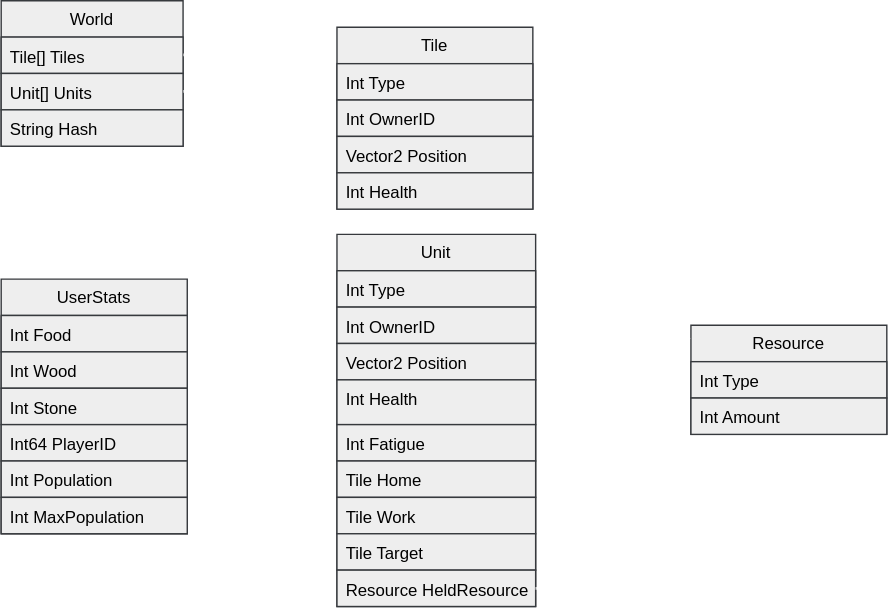
Earlier version of the draw.io export docs/assets/DataModelDiagram.svg (mystydev/Pioneers). Source tidied: cells renumbered, new cells last; positions are measured from the earlier drawing's top-left corner, leaving out a move shared by most shapes.
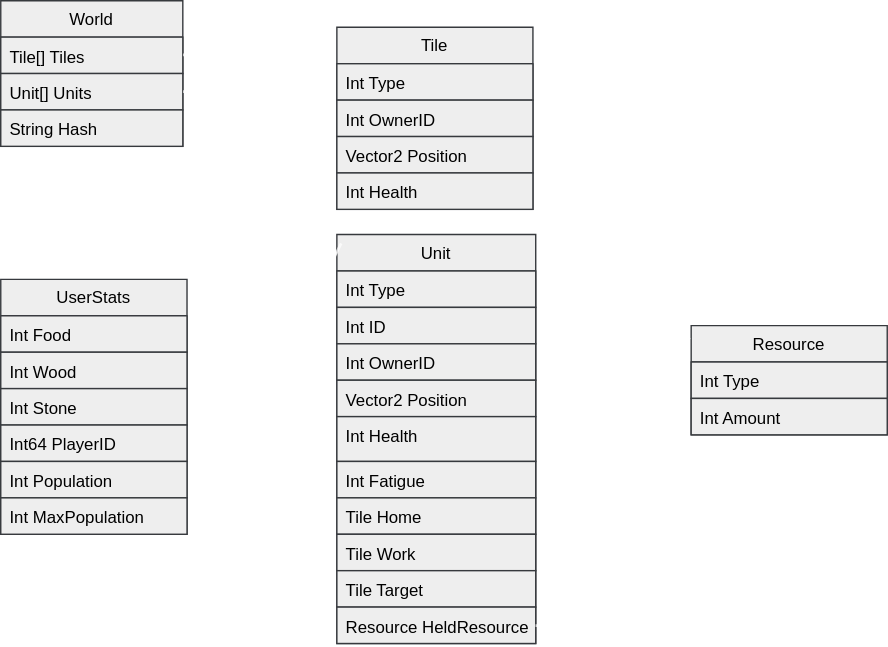
The same diagram one commit later.

Change to the diagram source:
```diff
@@ -33,75 +33,78 @@
       <mxGeometry y="104" width="140" height="26" as="geometry" />
     </mxCell>
     <mxCell id="12" value="Unit" style="swimlane;fontStyle=0;horizontal=1;startSize=26;rounded=0;fillColor=#eeeeee;strokeColor=#36393d;" parent="1" vertex="1">
-      <mxGeometry x="240" y="167" width="142" height="266" as="geometry" />
+      <mxGeometry x="240" y="167" width="142" height="292" as="geometry" />
     </mxCell>
     <mxCell id="13" value="Int Type" style="text;align=left;verticalAlign=top;spacingLeft=4;spacingRight=4;overflow=hidden;rounded=0;fillColor=#eeeeee;strokeColor=#36393d;" parent="12" vertex="1">
       <mxGeometry y="26" width="142" height="26" as="geometry" />
     </mxCell>
-    <mxCell id="14" value="Int OwnerID&#10;" style="text;align=left;verticalAlign=top;spacingLeft=4;spacingRight=4;overflow=hidden;rounded=0;fillColor=#eeeeee;strokeColor=#36393d;" parent="12" vertex="1">
+    <mxCell id="14" value="Int ID" style="text;align=left;verticalAlign=top;spacingLeft=4;spacingRight=4;overflow=hidden;rounded=0;fillColor=#eeeeee;strokeColor=#36393d;" parent="12" vertex="1">
       <mxGeometry y="52" width="142" height="26" as="geometry" />
     </mxCell>
-    <mxCell id="15" value="Vector2 Position" style="text;align=left;verticalAlign=top;spacingLeft=4;spacingRight=4;overflow=hidden;rounded=0;fillColor=#eeeeee;strokeColor=#36393d;" parent="12" vertex="1">
+    <mxCell id="15" value="Int OwnerID&#10;" style="text;align=left;verticalAlign=top;spacingLeft=4;spacingRight=4;overflow=hidden;rounded=0;fillColor=#eeeeee;strokeColor=#36393d;" parent="12" vertex="1">
       <mxGeometry y="78" width="142" height="26" as="geometry" />
     </mxCell>
-    <mxCell id="16" value="Int Health" style="text;align=left;verticalAlign=top;spacingLeft=4;spacingRight=4;overflow=hidden;rounded=0;fillColor=#eeeeee;strokeColor=#36393d;" parent="12" vertex="1">
-      <mxGeometry y="104" width="142" height="32" as="geometry" />
+    <mxCell id="16" value="Vector2 Position" style="text;align=left;verticalAlign=top;spacingLeft=4;spacingRight=4;overflow=hidden;rounded=0;fillColor=#eeeeee;strokeColor=#36393d;" parent="12" vertex="1">
+      <mxGeometry y="104" width="142" height="26" as="geometry" />
     </mxCell>
-    <mxCell id="17" value="Int Fatigue" style="text;align=left;verticalAlign=top;spacingLeft=4;spacingRight=4;overflow=hidden;rounded=0;fillColor=#eeeeee;strokeColor=#36393d;" parent="12" vertex="1">
-      <mxGeometry y="136" width="142" height="26" as="geometry" />
+    <mxCell id="17" value="Int Health" style="text;align=left;verticalAlign=top;spacingLeft=4;spacingRight=4;overflow=hidden;rounded=0;fillColor=#eeeeee;strokeColor=#36393d;" parent="12" vertex="1">
+      <mxGeometry y="130" width="142" height="32" as="geometry" />
     </mxCell>
-    <mxCell id="18" value="Tile Home" style="text;align=left;verticalAlign=top;spacingLeft=4;spacingRight=4;overflow=hidden;rounded=0;fillColor=#eeeeee;strokeColor=#36393d;" parent="12" vertex="1">
+    <mxCell id="18" value="Int Fatigue" style="text;align=left;verticalAlign=top;spacingLeft=4;spacingRight=4;overflow=hidden;rounded=0;fillColor=#eeeeee;strokeColor=#36393d;" parent="12" vertex="1">
       <mxGeometry y="162" width="142" height="26" as="geometry" />
     </mxCell>
-    <mxCell id="19" value="Tile Work" style="text;align=left;verticalAlign=top;spacingLeft=4;spacingRight=4;overflow=hidden;rounded=0;fillColor=#eeeeee;strokeColor=#36393d;" parent="12" vertex="1">
+    <mxCell id="19" value="Tile Home" style="text;align=left;verticalAlign=top;spacingLeft=4;spacingRight=4;overflow=hidden;rounded=0;fillColor=#eeeeee;strokeColor=#36393d;" parent="12" vertex="1">
       <mxGeometry y="188" width="142" height="26" as="geometry" />
     </mxCell>
-    <mxCell id="20" value="Tile Target" style="text;align=left;verticalAlign=top;spacingLeft=4;spacingRight=4;overflow=hidden;rounded=0;fillColor=#eeeeee;strokeColor=#36393d;" parent="12" vertex="1">
+    <mxCell id="20" value="Tile Work" style="text;align=left;verticalAlign=top;spacingLeft=4;spacingRight=4;overflow=hidden;rounded=0;fillColor=#eeeeee;strokeColor=#36393d;" parent="12" vertex="1">
       <mxGeometry y="214" width="142" height="26" as="geometry" />
     </mxCell>
-    <mxCell id="21" value="Resource HeldResource" style="text;align=left;verticalAlign=top;spacingLeft=4;spacingRight=4;overflow=hidden;points=[[0,0.5],[1,0.5]];portConstraint=eastwest;rounded=0;fillColor=#eeeeee;strokeColor=#36393d;" parent="12" vertex="1">
+    <mxCell id="21" value="Tile Target" style="text;align=left;verticalAlign=top;spacingLeft=4;spacingRight=4;overflow=hidden;points=[[0,0.5],[1,0.5]];portConstraint=eastwest;rounded=0;fillColor=#eeeeee;strokeColor=#36393d;" parent="12" vertex="1">
       <mxGeometry y="240" width="142" height="26" as="geometry" />
     </mxCell>
-    <mxCell id="22" style="edgeStyle=orthogonalEdgeStyle;rounded=1;jettySize=auto;html=1;exitX=1;exitY=0.5;exitDx=0;exitDy=0;entryX=-0.006;entryY=0.057;entryDx=0;entryDy=0;entryPerimeter=0;strokeColor=#FFFFFF;comic=0;strokeWidth=2;endArrow=open;endFill=0;opacity=70;" parent="1" edge="1" source="4" target="12">
-      <mxGeometry relative="1" as="geometry">
-        <Array as="points">
-          <mxPoint x="179" y="65" />
-          <mxPoint x="179" y="182" />
-        </Array>
-      </mxGeometry>
+    <mxCell id="22" value="Resource HeldResource" style="text;align=left;verticalAlign=top;spacingLeft=4;spacingRight=4;overflow=hidden;points=[[0,0.5],[1,0.5]];portConstraint=eastwest;rounded=0;fillColor=#eeeeee;strokeColor=#36393d;" parent="12" vertex="1">
+      <mxGeometry y="266" width="142" height="26" as="geometry" />
     </mxCell>
-    <mxCell id="23" value="Resource" style="swimlane;fontStyle=0;horizontal=1;startSize=26;rounded=0;fillColor=#eeeeee;strokeColor=#36393d;" parent="1" vertex="1">
-      <mxGeometry x="493" y="232" width="140" height="78" as="geometry" />
+    <mxCell id="23" style="edgeStyle=orthogonalEdgeStyle;rounded=1;jettySize=auto;html=1;exitX=1;exitY=0.5;exitDx=0;exitDy=0;entryX=-0.006;entryY=0.057;entryDx=0;entryDy=0;entryPerimeter=0;strokeColor=#FFFFFF;comic=0;strokeWidth=2;endArrow=open;endFill=0;opacity=70;" parent="1" edge="1" source="4" target="12">
+      <mxGeometry relative="1" as="geometry">
+        <Array as="points">
+          <mxPoint x="179" y="65" />
+          <mxPoint x="179" y="182" />
+        </Array>
+      </mxGeometry>
     </mxCell>
-    <mxCell id="24" value="Int Type" style="text;align=left;verticalAlign=top;spacingLeft=4;spacingRight=4;overflow=hidden;points=[[0,0.5],[1,0.5]];portConstraint=eastwest;rounded=0;fillColor=#eeeeee;strokeColor=#36393d;" parent="23" vertex="1">
-      <mxGeometry y="26" width="140" height="26" as="geometry" />
+    <mxCell id="24" value="Resource" style="swimlane;fontStyle=0;horizontal=1;startSize=26;rounded=0;fillColor=#eeeeee;strokeColor=#36393d;" parent="1" vertex="1">
+      <mxGeometry x="493" y="232" width="140" height="78" as="geometry" />
     </mxCell>
-    <mxCell id="25" value="Int Amount" style="text;align=left;verticalAlign=top;spacingLeft=4;spacingRight=4;overflow=hidden;rounded=0;fillColor=#eeeeee;strokeColor=#36393d;" parent="23" vertex="1">
-      <mxGeometry y="52" width="140" height="26" as="geometry" />
+    <mxCell id="25" value="Int Type" style="text;align=left;verticalAlign=top;spacingLeft=4;spacingRight=4;overflow=hidden;rounded=0;fillColor=#eeeeee;strokeColor=#36393d;" parent="24" vertex="1">
+      <mxGeometry y="26" width="140" height="26" as="geometry" />
     </mxCell>
-    <mxCell id="26" style="edgeStyle=orthogonalEdgeStyle;rounded=1;jettySize=auto;html=1;exitX=1;exitY=0.5;exitDx=0;exitDy=0;entryX=0;entryY=0.125;entryDx=0;entryDy=0;entryPerimeter=0;strokeColor=#FFFFFF;comic=0;strokeWidth=2;endArrow=open;endFill=0;opacity=70;" parent="1" edge="1" source="21" target="23">
-      <mxGeometry relative="1" as="geometry" />
+    <mxCell id="26" value="Int Amount" style="text;align=left;verticalAlign=top;spacingLeft=4;spacingRight=4;overflow=hidden;rounded=0;fillColor=#eeeeee;strokeColor=#36393d;" parent="24" vertex="1">
+      <mxGeometry y="52" width="140" height="26" as="geometry" />
     </mxCell>
-    <mxCell id="27" value="UserStats" style="swimlane;fontStyle=0;horizontal=1;startSize=26;glass=0;rounded=0;shadow=0;comic=0;swimlaneLine=1;fillColor=#eeeeee;strokeColor=#36393d;swimlaneFillColor=none;" parent="1" vertex="1">
-      <mxGeometry y="199" width="133" height="182" as="geometry" />
+    <mxCell id="27" style="edgeStyle=orthogonalEdgeStyle;rounded=1;jettySize=auto;html=1;exitX=1;exitY=0.5;exitDx=0;exitDy=0;entryX=0;entryY=0.125;entryDx=0;entryDy=0;entryPerimeter=0;strokeColor=#FFFFFF;comic=0;strokeWidth=2;endArrow=open;endFill=0;opacity=70;" parent="1" edge="1" source="22" target="24">
+      <mxGeometry relative="1" as="geometry" />
     </mxCell>
-    <mxCell id="28" value="Int Food" style="text;align=left;verticalAlign=top;spacingLeft=4;spacingRight=4;overflow=hidden;rounded=0;fillColor=#eeeeee;strokeColor=#36393d;" parent="27" vertex="1">
-      <mxGeometry y="26" width="133" height="26" as="geometry" />
+    <mxCell id="28" value="UserStats" style="swimlane;fontStyle=0;horizontal=1;startSize=26;glass=0;rounded=0;shadow=0;comic=0;swimlaneLine=1;fillColor=#eeeeee;strokeColor=#36393d;swimlaneFillColor=none;" parent="1" vertex="1">
+      <mxGeometry y="199" width="133" height="182" as="geometry" />
     </mxCell>
-    <mxCell id="29" value="Int Wood" style="text;align=left;verticalAlign=top;spacingLeft=4;spacingRight=4;overflow=hidden;rounded=0;fillColor=#eeeeee;strokeColor=#36393d;" parent="27" vertex="1">
-      <mxGeometry y="52" width="133" height="26" as="geometry" />
+    <mxCell id="29" value="Int Food" style="text;align=left;verticalAlign=top;spacingLeft=4;spacingRight=4;overflow=hidden;rounded=0;fillColor=#eeeeee;strokeColor=#36393d;" parent="28" vertex="1">
+      <mxGeometry y="26" width="133" height="26" as="geometry" />
     </mxCell>
-    <mxCell id="30" value="Int Stone" style="text;align=left;verticalAlign=top;spacingLeft=4;spacingRight=4;overflow=hidden;rounded=0;fillColor=#eeeeee;strokeColor=#36393d;" parent="27" vertex="1">
-      <mxGeometry y="78" width="133" height="26" as="geometry" />
+    <mxCell id="30" value="Int Wood" style="text;align=left;verticalAlign=top;spacingLeft=4;spacingRight=4;overflow=hidden;rounded=0;fillColor=#eeeeee;strokeColor=#36393d;" parent="28" vertex="1">
+      <mxGeometry y="52" width="133" height="26" as="geometry" />
     </mxCell>
-    <mxCell id="31" value="Int64 PlayerID" style="text;align=left;verticalAlign=top;spacingLeft=4;spacingRight=4;overflow=hidden;rounded=0;fillColor=#eeeeee;strokeColor=#36393d;" parent="27" vertex="1">
-      <mxGeometry y="104" width="133" height="26" as="geometry" />
+    <mxCell id="31" value="Int Stone" style="text;align=left;verticalAlign=top;spacingLeft=4;spacingRight=4;overflow=hidden;rounded=0;fillColor=#eeeeee;strokeColor=#36393d;" parent="28" vertex="1">
+      <mxGeometry y="78" width="133" height="26" as="geometry" />
     </mxCell>
-    <mxCell id="32" value="Int Population" style="text;align=left;verticalAlign=top;spacingLeft=4;spacingRight=4;overflow=hidden;rounded=0;fillColor=#eeeeee;strokeColor=#36393d;" parent="27" vertex="1">
-      <mxGeometry y="130" width="133" height="26" as="geometry" />
+    <mxCell id="32" value="Int64 PlayerID" style="text;align=left;verticalAlign=top;spacingLeft=4;spacingRight=4;overflow=hidden;rounded=0;fillColor=#eeeeee;strokeColor=#36393d;" parent="28" vertex="1">
+      <mxGeometry y="104" width="133" height="26" as="geometry" />
     </mxCell>
-    <mxCell id="33" value="Int MaxPopulation" style="text;align=left;verticalAlign=top;spacingLeft=4;spacingRight=4;overflow=hidden;rounded=0;fillColor=#eeeeee;strokeColor=#36393d;" parent="27" vertex="1">
-      <mxGeometry y="156" width="133" height="26" as="geometry" />
+    <mxCell id="33" value="Int Population" style="text;align=left;verticalAlign=top;spacingLeft=4;spacingRight=4;overflow=hidden;rounded=0;fillColor=#eeeeee;strokeColor=#36393d;" parent="28" vertex="1">
+      <mxGeometry y="130" width="133" height="26" as="geometry" />
     </mxCell>
+    <mxCell id="34" value="Int MaxPopulation" style="text;align=left;verticalAlign=top;spacingLeft=4;spacingRight=4;overflow=hidden;rounded=0;fillColor=#eeeeee;strokeColor=#36393d;" parent="28" vertex="1">
+      <mxGeometry y="156" width="133" height="26" as="geometry" />
+    </mxCell>
   </root>
 </mxGraphModel>
```
